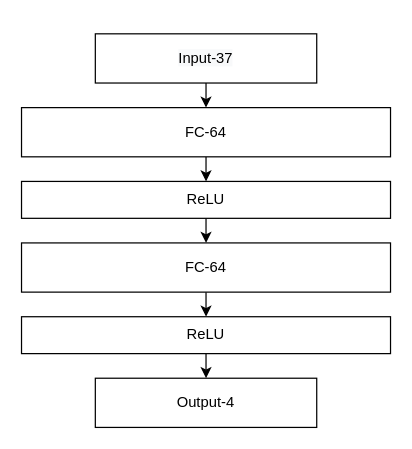
This is p1_nn.drawio from asiopueo/udacity-rl-p1, a draw.io file, before an edit. Source tidied: cells renumbered, new cells numbered last; positions are measured from the earlier drawing's top-left corner, leaving out a move shared by most shapes. Both pictures are drawn from the tidied source at 123%, with x=0, y=0 at pixel (21, 33).
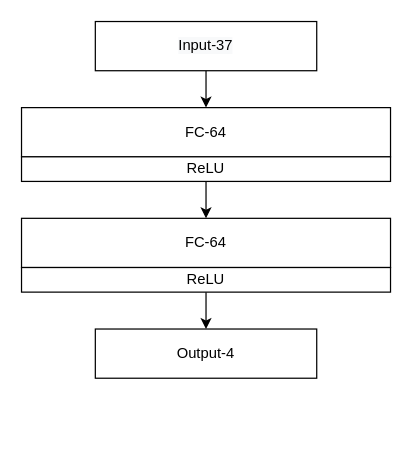
Above is the later version.

Commit message:
Modified ANN-drawing

Change to the diagram source:
```diff
@@
 <mxGraphModel>
   <root>
     <mxCell id="0" />
     <mxCell id="1" parent="0" />
-    <mxCell id="2" style="edgeStyle=orthogonalEdgeStyle;rounded=0;jettySize=auto;html=1;exitX=0.5;exitY=1;exitDx=0;exitDy=0;entryX=0.5;entryY=0;entryDx=0;entryDy=0;strokeWidth=1;" parent="1" edge="1" source="3" target="5">
-      <mxGeometry relative="1" as="geometry" />
-    </mxCell>
     <mxCell id="3" value="FC-64" style="rounded=0;whiteSpace=wrap;html=1;" parent="1" vertex="1">
       <mxGeometry y="60" width="300" height="40" as="geometry" />
     </mxCell>
     <mxCell id="4" style="edgeStyle=orthogonalEdgeStyle;rounded=0;jettySize=auto;html=1;exitX=0.5;exitY=1;exitDx=0;exitDy=0;entryX=0.5;entryY=0;entryDx=0;entryDy=0;strokeWidth=1;" parent="1" edge="1" source="5" target="7">
       <mxGeometry relative="1" as="geometry" />
     </mxCell>
     <mxCell id="5" value="ReLU" style="rounded=0;whiteSpace=wrap;html=1;" parent="1" vertex="1">
-      <mxGeometry y="120" width="300" height="30" as="geometry" />
+      <mxGeometry y="100" width="300" height="20" as="geometry" />
     </mxCell>
-    <mxCell id="6" style="edgeStyle=orthogonalEdgeStyle;rounded=0;jettySize=auto;html=1;exitX=0.5;exitY=1;exitDx=0;exitDy=0;entryX=0.5;entryY=0;entryDx=0;entryDy=0;strokeWidth=1;" parent="1" edge="1" source="7" target="9">
-      <mxGeometry relative="1" as="geometry" />
-    </mxCell>
     <mxCell id="7" value="FC-64" style="rounded=0;whiteSpace=wrap;html=1;" parent="1" vertex="1">
-      <mxGeometry y="170" width="300" height="40" as="geometry" />
+      <mxGeometry y="150" width="300" height="40" as="geometry" />
     </mxCell>
     <mxCell id="8" style="edgeStyle=orthogonalEdgeStyle;rounded=0;jettySize=auto;html=1;exitX=0.5;exitY=1;exitDx=0;exitDy=0;entryX=0.5;entryY=0;entryDx=0;entryDy=0;strokeWidth=1;" parent="1" edge="1" source="9" target="10">
       <mxGeometry relative="1" as="geometry" />
     </mxCell>
     <mxCell id="9" value="ReLU" style="rounded=0;whiteSpace=wrap;html=1;" parent="1" vertex="1">
-      <mxGeometry y="230" width="300" height="30" as="geometry" />
+      <mxGeometry y="190" width="300" height="20" as="geometry" />
     </mxCell>
     <mxCell id="10" value="Output-4" style="rounded=0;whiteSpace=wrap;html=1;" parent="1" vertex="1">
-      <mxGeometry x="60" y="280" width="180" height="40" as="geometry" />
+      <mxGeometry x="60" y="240" width="180" height="40" as="geometry" />
     </mxCell>
     <mxCell id="11" style="edgeStyle=orthogonalEdgeStyle;rounded=0;jettySize=auto;html=1;exitX=0.5;exitY=1;exitDx=0;exitDy=0;entryX=0.5;entryY=0;entryDx=0;entryDy=0;strokeWidth=1;" parent="1" edge="1" source="12" target="3">
       <mxGeometry relative="1" as="geometry" />
     </mxCell>
     <mxCell id="12" value="&lt;span style=&quot;color: rgb(0 , 0 , 0) ; font-family: &amp;#34;helvetica&amp;#34; ; font-size: 12px ; font-style: normal ; font-weight: 400 ; letter-spacing: normal ; text-align: center ; text-indent: 0px ; text-transform: none ; word-spacing: 0px ; background-color: rgb(248 , 249 , 250) ; display: inline ; float: none&quot;&gt;Input-37&lt;/span&gt;" style="rounded=0;whiteSpace=wrap;html=1;" parent="1" vertex="1">
-      <mxGeometry x="60" width="180" height="40" as="geometry" />
+      <mxGeometry x="60" y="-10" width="180" height="40" as="geometry" />
     </mxCell>
   </root>
 </mxGraphModel>
```
